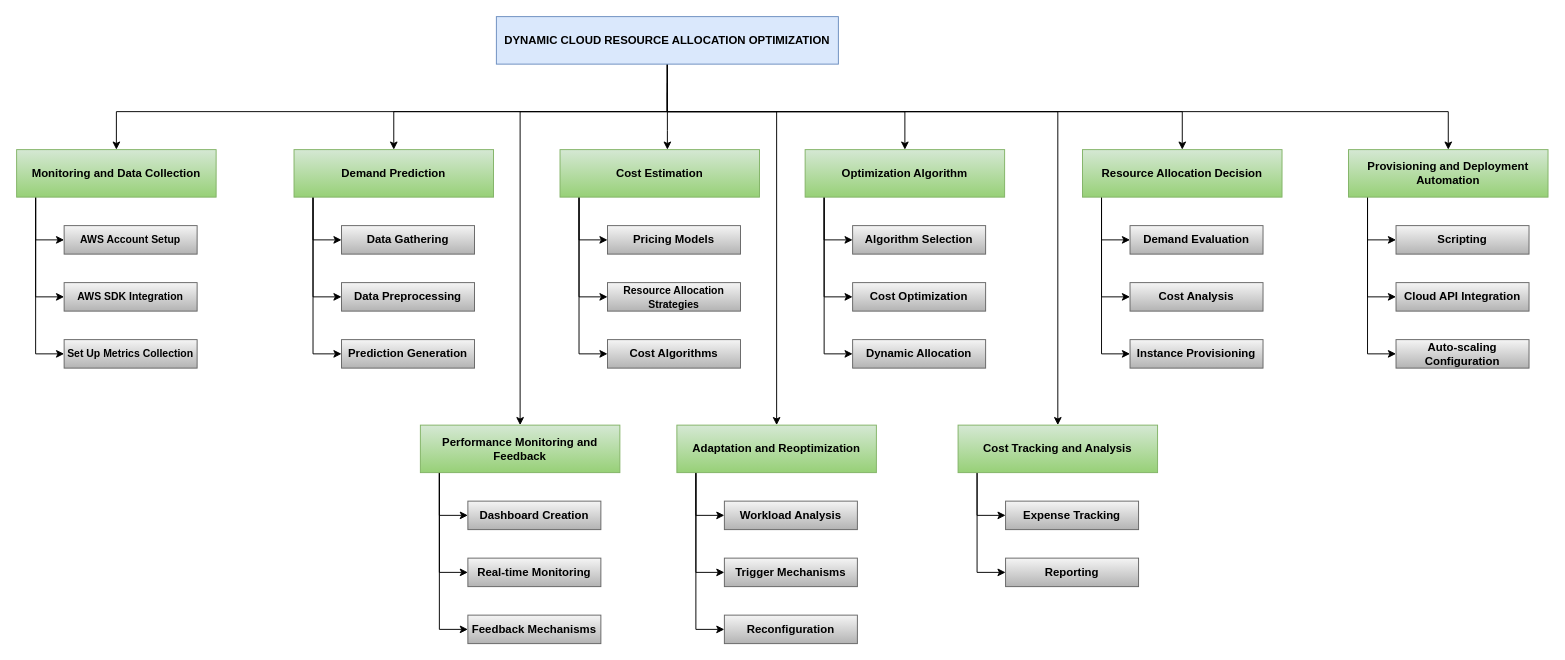
Above: Untitled Diagram.drawio in ragu8/MINI_PROJECTS (draw.io), before the change. Source tidied: cells renumbered, new cells numbered last; positions are measured from the earlier drawing's top-left corner, leaving out a move shared by most shapes. Both pictures are drawn from the tidied source at 95%, with x=0, y=0 at pixel (16, 16).
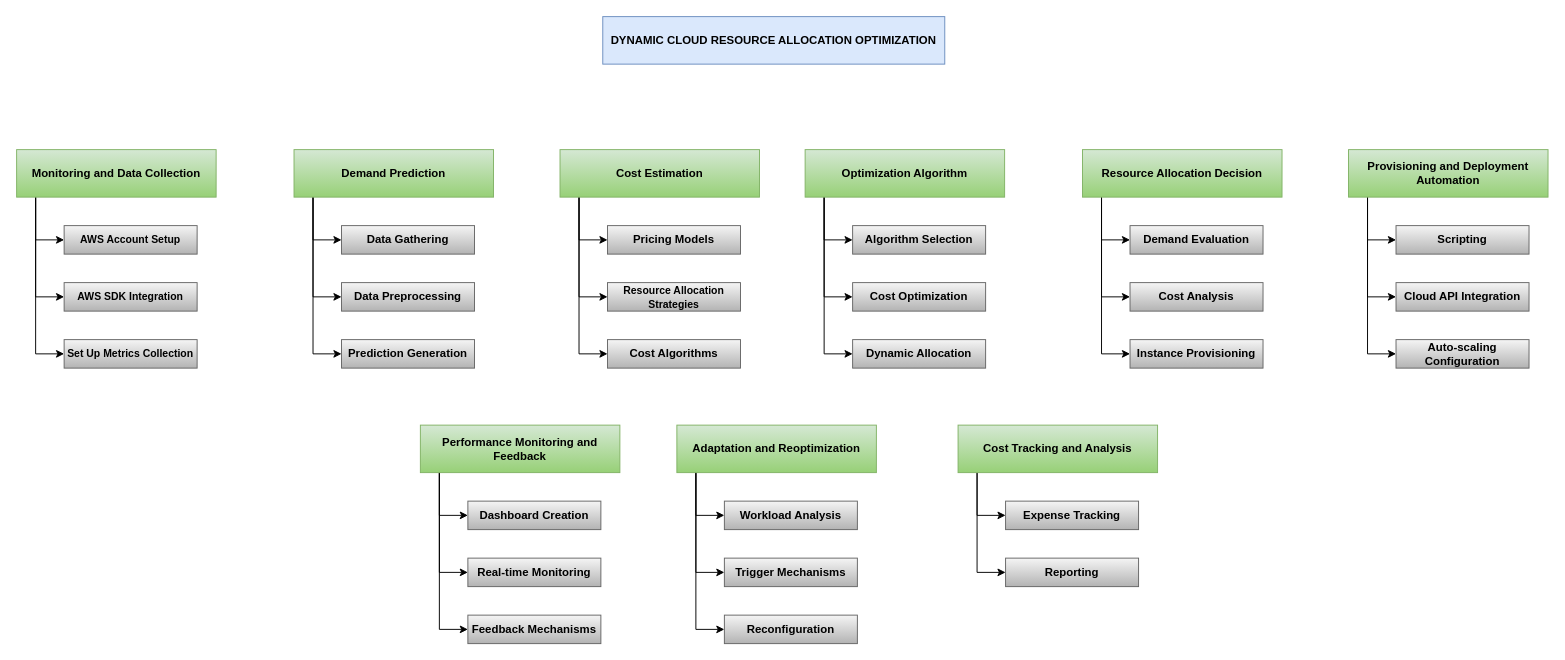
The same diagram, later.

The change refers to these unchanged cells:
```xml
<mxCell id="15" value="&lt;strong&gt;Monitoring and Data Collection&lt;/strong&gt;" style="rounded=0;whiteSpace=wrap;html=1;fillColor=#d5e8d4;strokeColor=#82b366;gradientColor=#97d077;" parent="1" vertex="1">
  <mxGeometry y="140" width="210" height="50" as="geometry" />
</mxCell>
<mxCell id="22" value="&lt;strong&gt;Demand Prediction&lt;/strong&gt;" style="rounded=0;whiteSpace=wrap;html=1;fillColor=#d5e8d4;gradientColor=#97d077;strokeColor=#82b366;" parent="1" vertex="1">
  <mxGeometry x="292" y="140" width="210" height="50" as="geometry" />
</mxCell>
<mxCell id="29" value="&lt;strong&gt;Cost Estimation&lt;/strong&gt;" style="rounded=0;whiteSpace=wrap;html=1;fillColor=#d5e8d4;gradientColor=#97d077;strokeColor=#82b366;" parent="1" vertex="1">
  <mxGeometry x="572" y="140" width="210" height="50" as="geometry" />
</mxCell>
<mxCell id="36" value="&lt;strong&gt;Optimization Algorithm&lt;/strong&gt;" style="rounded=0;whiteSpace=wrap;html=1;fillColor=#d5e8d4;gradientColor=#97d077;strokeColor=#82b366;" parent="1" vertex="1">
  <mxGeometry x="830" y="140" width="210" height="50" as="geometry" />
</mxCell>
<mxCell id="43" value="&lt;strong&gt;Resource Allocation Decision&lt;/strong&gt;" style="rounded=0;whiteSpace=wrap;html=1;fillColor=#d5e8d4;gradientColor=#97d077;strokeColor=#82b366;" parent="1" vertex="1">
  <mxGeometry x="1122" y="140" width="210" height="50" as="geometry" />
</mxCell>
<mxCell id="50" value="&lt;strong&gt;Provisioning and Deployment Automation&lt;/strong&gt;" style="rounded=0;whiteSpace=wrap;html=1;fillColor=#d5e8d4;gradientColor=#97d077;strokeColor=#82b366;" parent="1" vertex="1">
  <mxGeometry x="1402" y="140" width="210" height="50" as="geometry" />
</mxCell>
<mxCell id="57" value="&lt;strong&gt;Performance Monitoring and Feedback&lt;/strong&gt;" style="rounded=0;whiteSpace=wrap;html=1;fillColor=#d5e8d4;gradientColor=#97d077;strokeColor=#82b366;" parent="1" vertex="1">
  <mxGeometry x="425" y="430" width="210" height="50" as="geometry" />
</mxCell>
<mxCell id="64" value="&lt;strong&gt;Adaptation and Reoptimization&lt;/strong&gt;" style="rounded=0;whiteSpace=wrap;html=1;fillColor=#d5e8d4;gradientColor=#97d077;strokeColor=#82b366;" parent="1" vertex="1">
  <mxGeometry x="695" y="430" width="210" height="50" as="geometry" />
</mxCell>
<mxCell id="70" value="&lt;strong&gt;Cost Tracking and Analysis&lt;/strong&gt;" style="rounded=0;whiteSpace=wrap;html=1;fillColor=#d5e8d4;gradientColor=#97d077;strokeColor=#82b366;" parent="1" vertex="1">
  <mxGeometry x="991" y="430" width="210" height="50" as="geometry" />
</mxCell>
```

The edit, as a diff of the source:
```diff
@@
-    <mxCell id="2" style="edgeStyle=orthogonalEdgeStyle;rounded=0;jettySize=auto;html=1;" parent="1" edge="1" source="11" target="15">
-      <mxGeometry relative="1" as="geometry">
-        <Array as="points">
-          <mxPoint x="685" y="100" />
-          <mxPoint x="105" y="100" />
-        </Array>
-      </mxGeometry>
-    </mxCell>
-    <mxCell id="3" style="edgeStyle=orthogonalEdgeStyle;rounded=0;jettySize=auto;html=1;entryX=0.5;entryY=0;entryDx=0;entryDy=0;" parent="1" edge="1" source="11" target="22">
-      <mxGeometry relative="1" as="geometry">
-        <Array as="points">
-          <mxPoint x="685" y="100" />
-          <mxPoint x="397" y="100" />
-        </Array>
-      </mxGeometry>
-    </mxCell>
-    <mxCell id="4" style="edgeStyle=orthogonalEdgeStyle;rounded=0;jettySize=auto;html=1;" parent="1" edge="1" source="11" target="29">
-      <mxGeometry relative="1" as="geometry">
-        <Array as="points">
-          <mxPoint x="685" y="120" />
-          <mxPoint x="685" y="120" />
-        </Array>
-      </mxGeometry>
-    </mxCell>
-    <mxCell id="5" style="edgeStyle=orthogonalEdgeStyle;rounded=0;jettySize=auto;html=1;" parent="1" edge="1" source="11" target="50">
-      <mxGeometry relative="1" as="geometry">
-        <Array as="points">
-          <mxPoint x="685" y="100" />
-          <mxPoint x="1507" y="100" />
-        </Array>
-      </mxGeometry>
-    </mxCell>
-    <mxCell id="6" style="edgeStyle=orthogonalEdgeStyle;rounded=0;jettySize=auto;html=1;" parent="1" edge="1" source="11" target="43">
-      <mxGeometry relative="1" as="geometry">
-        <Array as="points">
-          <mxPoint x="685" y="100" />
-          <mxPoint x="1227" y="100" />
-        </Array>
-      </mxGeometry>
-    </mxCell>
-    <mxCell id="7" style="edgeStyle=orthogonalEdgeStyle;rounded=0;jettySize=auto;html=1;entryX=0.5;entryY=0;entryDx=0;entryDy=0;" parent="1" edge="1" source="11" target="36">
-      <mxGeometry relative="1" as="geometry">
-        <Array as="points">
-          <mxPoint x="685" y="100" />
-          <mxPoint x="935" y="100" />
-        </Array>
-      </mxGeometry>
-    </mxCell>
-    <mxCell id="8" style="edgeStyle=orthogonalEdgeStyle;rounded=0;jettySize=auto;html=1;entryX=0.5;entryY=0;entryDx=0;entryDy=0;" parent="1" edge="1" source="11" target="70">
-      <mxGeometry relative="1" as="geometry">
-        <Array as="points">
-          <mxPoint x="685" y="100" />
-          <mxPoint x="1096" y="100" />
-        </Array>
-      </mxGeometry>
-    </mxCell>
-    <mxCell id="9" style="edgeStyle=orthogonalEdgeStyle;rounded=0;jettySize=auto;html=1;entryX=0.5;entryY=0;entryDx=0;entryDy=0;" parent="1" edge="1" target="64">
-      <mxGeometry relative="1" as="geometry">
-        <mxPoint x="685" y="70" as="sourcePoint" />
-        <Array as="points">
-          <mxPoint x="685" y="100" />
-          <mxPoint x="800" y="100" />
-        </Array>
-      </mxGeometry>
-    </mxCell>
-    <mxCell id="10" style="edgeStyle=orthogonalEdgeStyle;rounded=0;jettySize=auto;html=1;entryX=0.5;entryY=0;entryDx=0;entryDy=0;" parent="1" edge="1" target="57">
-      <mxGeometry relative="1" as="geometry">
-        <mxPoint x="685" y="80" as="sourcePoint" />
-        <Array as="points">
-          <mxPoint x="685" y="100" />
-          <mxPoint x="530" y="100" />
-        </Array>
-      </mxGeometry>
-    </mxCell>
     <mxCell id="11" value="&lt;b&gt;DYNAMIC CLOUD RESOURCE ALLOCATION OPTIMIZATION&lt;/b&gt;" style="rounded=0;whiteSpace=wrap;html=1;fillColor=#dae8fc;strokeColor=#6c8ebf;" parent="1" vertex="1">
-      <mxGeometry x="505" width="360" height="50" as="geometry" />
+      <mxGeometry x="617" width="360" height="50" as="geometry" />
     </mxCell>
```
